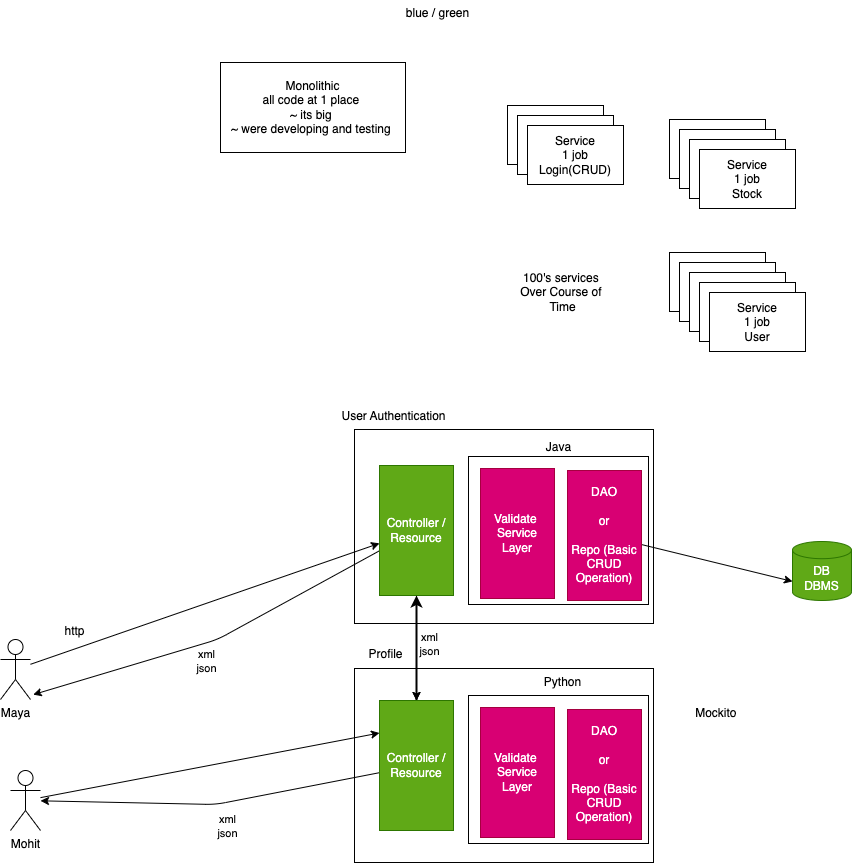
Before: images/day1.drawio.png, a diagram exported from draw.io (adithnaveen/ibm-api-testing-jun-2023). Source tidied: cells renumbered, new cells last; positions are measured from the earlier drawing's top-left corner, leaving out a move shared by most shapes.
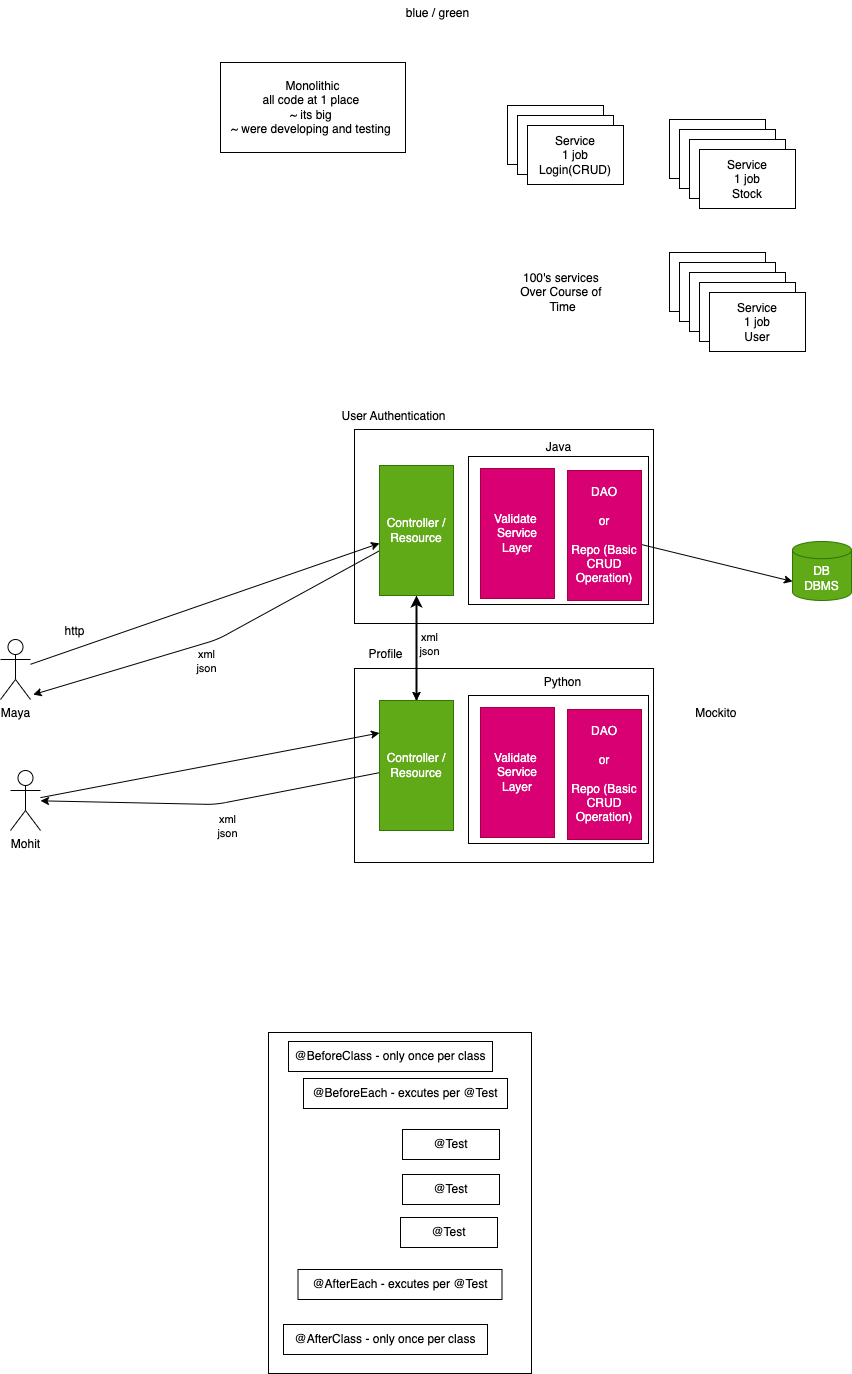
After the commit.

The edit, as a diff of the source:
```diff
@@ -152,5 +152,29 @@
     <mxCell id="46" value="Mockito&amp;nbsp;" style="text;html=1;align=center;verticalAlign=middle;strokeColor=none;fillColor=none;" parent="1" vertex="1">
       <mxGeometry x="685.5" y="700" width="63" height="26" as="geometry" />
     </mxCell>
+    <mxCell id="47" style="rounded=0;whiteSpace=wrap;html=1;" parent="1" vertex="1">
+      <mxGeometry x="268" y="1032" width="263" height="341" as="geometry" />
+    </mxCell>
+    <mxCell id="48" value="@BeforeClass - only once per class" style="rounded=0;whiteSpace=wrap;html=1;" parent="1" vertex="1">
+      <mxGeometry x="288" y="1041" width="204" height="30" as="geometry" />
+    </mxCell>
+    <mxCell id="49" value="@AfterClass - only once per class" style="rounded=0;whiteSpace=wrap;html=1;" parent="1" vertex="1">
+      <mxGeometry x="283" y="1324" width="204" height="30" as="geometry" />
+    </mxCell>
+    <mxCell id="50" value="@BeforeEach - excutes per @Test" style="rounded=0;whiteSpace=wrap;html=1;" parent="1" vertex="1">
+      <mxGeometry x="303" y="1078" width="204" height="30" as="geometry" />
+    </mxCell>
+    <mxCell id="51" value="@Test" style="rounded=0;whiteSpace=wrap;html=1;" parent="1" vertex="1">
+      <mxGeometry x="402" y="1129" width="97" height="30" as="geometry" />
+    </mxCell>
+    <mxCell id="52" value="@Test" style="rounded=0;whiteSpace=wrap;html=1;" parent="1" vertex="1">
+      <mxGeometry x="402" y="1174" width="97" height="30" as="geometry" />
+    </mxCell>
+    <mxCell id="53" value="@Test" style="rounded=0;whiteSpace=wrap;html=1;" parent="1" vertex="1">
+      <mxGeometry x="400" y="1217" width="97" height="30" as="geometry" />
+    </mxCell>
+    <mxCell id="54" value="@AfterEach - excutes per @Test" style="rounded=0;whiteSpace=wrap;html=1;" parent="1" vertex="1">
+      <mxGeometry x="297.5" y="1269" width="204" height="30" as="geometry" />
+    </mxCell>
   </root>
 </mxGraphModel>
```
